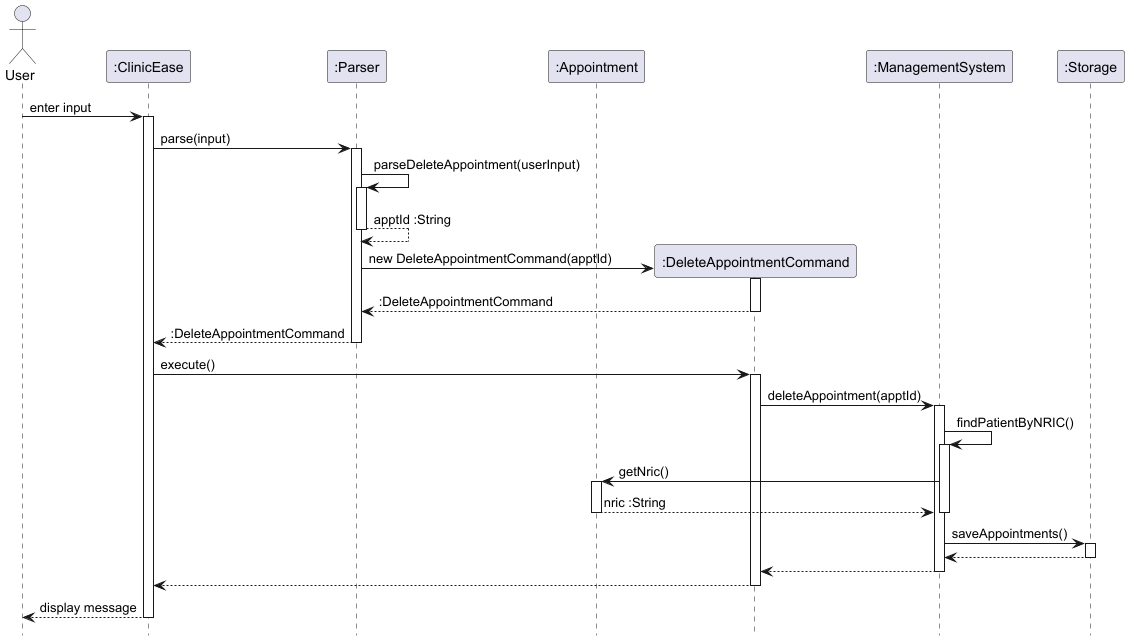
Before: docs/diagrams/deleteAppointmentSequence.png, a diagram exported from PlantUML (chwenyee/tp).
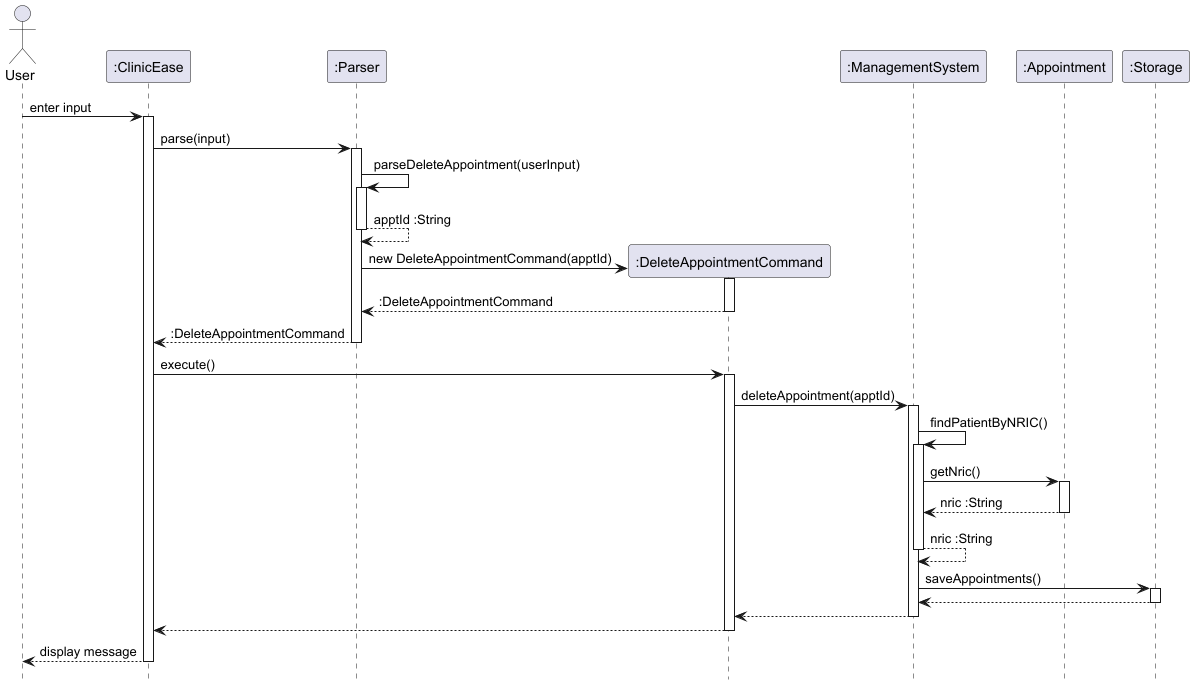
After the commit.

Commit message:
Refine DG of add/delete appointment feature

The edit, as a diff of the source:
```diff
@@ -5,9 +5,9 @@
 
 participant ":ClinicEase" as ClinicEase
 participant ":Parser" as Parser
-participant ":Appointment" as Appointment
 participant ":DeleteAppointmentCommand" as DeleteAppointmentCommand
 participant ":ManagementSystem" as ManagementSystem
+participant ":Appointment" as Appointment
 participant ":Storage" as Storage
 
 User -> ClinicEase : enter input
@@ -39,6 +39,7 @@
 activate Appointment
 Appointment --> ManagementSystem : nric :String
 deactivate Appointment
+ManagementSystem --> ManagementSystem : nric :String
 deactivate ManagementSystem
 
 ManagementSystem -> Storage : saveAppointments()
```
